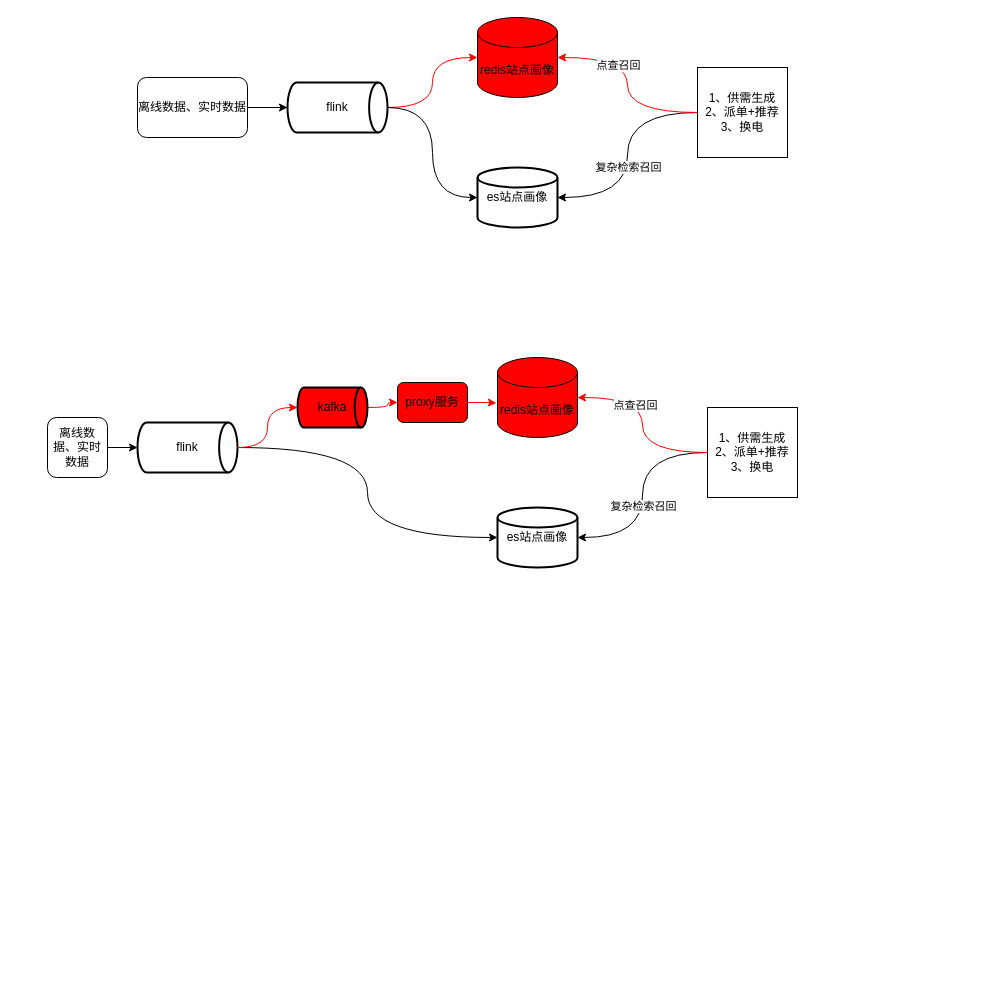
Before: esToredis.drawio in jackie-coming/draw, a draw.io diagram. Source tidied: cells renumbered, new cells numbered last; positions are measured from the earlier drawing's top-left corner, leaving out a move shared by most shapes. Both pictures are drawn from the tidied source at 100%, with x=0, y=0 at pixel (47, 17).
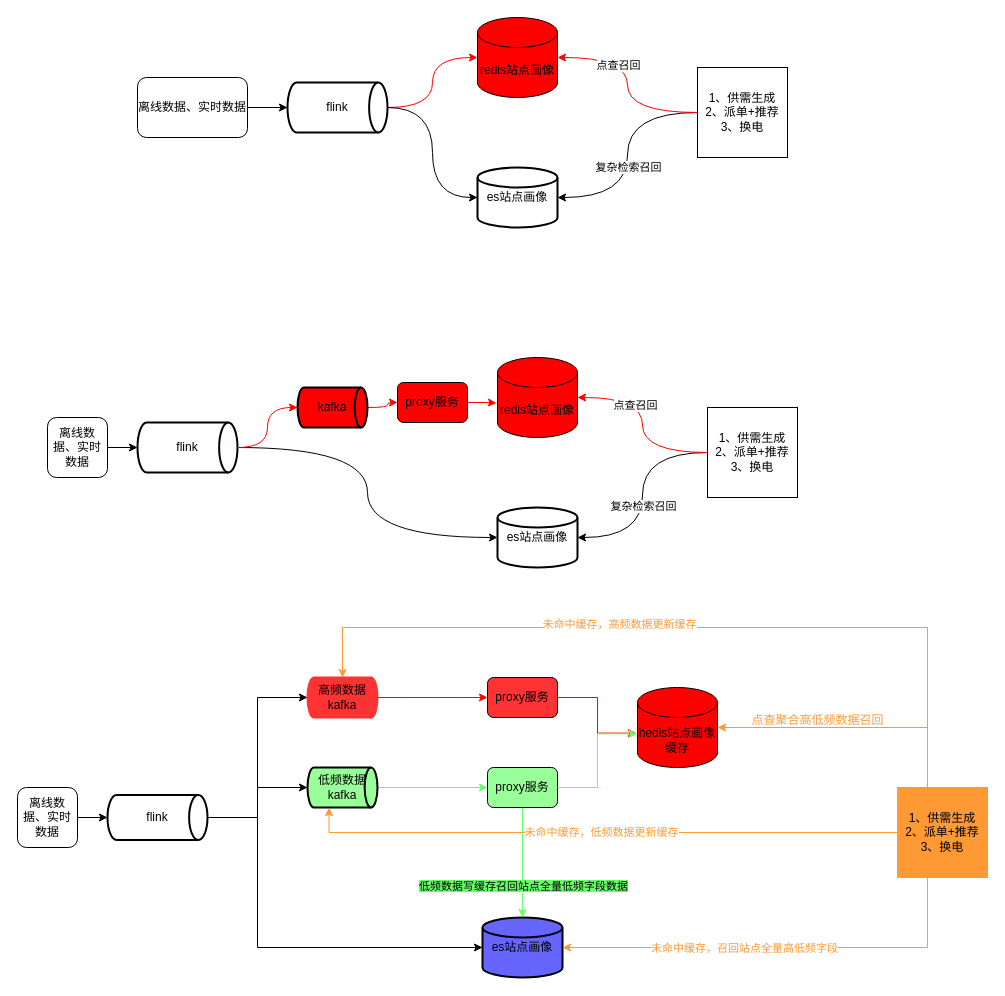
After the change.

The edit, as a diff of the source:
```diff
@@
+    <mxCell id="30" value="离线数据、实时数据" style="rounded=1;whiteSpace=wrap;html=1;" parent="1" vertex="1">
+      <mxGeometry x="-30" y="770" width="60" height="60" as="geometry" />
+    </mxCell>
+    <mxCell id="31" value="hedis站点画像缓存" style="shape=cylinder3;whiteSpace=wrap;html=1;boundedLbl=1;backgroundOutline=1;size=15;fillColor=#FF0000;" parent="1" vertex="1">
+      <mxGeometry x="590" y="670" width="80" height="80" as="geometry" />
+    </mxCell>
+    <mxCell id="32" style="edgeStyle=orthogonalEdgeStyle;rounded=0;jettySize=auto;html=1;entryX=0;entryY=0.5;entryDx=0;entryDy=0;curved=1;strokeColor=#FF0000;" parent="1" edge="1" source="42" target="40">
+      <mxGeometry relative="1" as="geometry" />
+    </mxCell>
+    <mxCell id="33" value="flink" style="strokeWidth=2;html=1;shape=mxgraph.flowchart.direct_data;whiteSpace=wrap;" parent="1" vertex="1">
+      <mxGeometry x="60" y="777.5" width="100" height="45" as="geometry" />
+    </mxCell>
+    <mxCell id="34" value="es站点画像" style="strokeWidth=2;html=1;shape=mxgraph.flowchart.database;whiteSpace=wrap;fillColor=#6666FF;" parent="1" vertex="1">
+      <mxGeometry x="435" y="900" width="80" height="60" as="geometry" />
+    </mxCell>
+    <mxCell id="35" style="edgeStyle=orthogonalEdgeStyle;rounded=0;jettySize=auto;html=1;entryX=0;entryY=0.5;entryDx=0;entryDy=0;entryPerimeter=0;" parent="1" edge="1" source="30" target="33">
+      <mxGeometry relative="1" as="geometry" />
+    </mxCell>
+    <mxCell id="36" style="edgeStyle=orthogonalEdgeStyle;rounded=0;jettySize=auto;html=1;entryX=0.5;entryY=0;entryDx=0;entryDy=0;entryPerimeter=0;strokeColor=#FF9933;" parent="1" edge="1" source="39" target="42">
+      <mxGeometry relative="1" as="geometry">
+        <Array as="points">
+          <mxPoint x="880" y="610" />
+          <mxPoint x="295" y="610" />
+        </Array>
+      </mxGeometry>
+    </mxCell>
+    <mxCell id="37" value="&lt;font color=&quot;#ff9933&quot;&gt;未命中缓存，高频数据更新缓存&lt;/font&gt;" style="edgeLabel;html=1;align=center;verticalAlign=middle;" parent="36" vertex="1">
+      <mxGeometry x="0.18" y="-4" relative="1" as="geometry" />
+    </mxCell>
+    <mxCell id="38" style="edgeStyle=orthogonalEdgeStyle;rounded=0;jettySize=auto;html=1;entryX=1;entryY=0.5;entryDx=0;entryDy=0;entryPerimeter=0;strokeColor=#FF9933;" parent="1" edge="1" source="39" target="31">
+      <mxGeometry relative="1" as="geometry">
+        <Array as="points">
+          <mxPoint x="880" y="710" />
+        </Array>
+      </mxGeometry>
+    </mxCell>
+    <mxCell id="39" value="1、供需生成&lt;br&gt;2、派单+推荐&lt;br&gt;3、换电" style="whiteSpace=wrap;html=1;strokeColor=#FF9933;fillColor=#FF9933;" parent="1" vertex="1">
+      <mxGeometry x="850" y="770" width="90" height="90" as="geometry" />
+    </mxCell>
+    <mxCell id="40" value="proxy服务" style="rounded=1;whiteSpace=wrap;html=1;fillColor=#FF3333;" parent="1" vertex="1">
+      <mxGeometry x="440" y="660" width="70" height="40" as="geometry" />
+    </mxCell>
+    <mxCell id="41" style="edgeStyle=orthogonalEdgeStyle;rounded=0;jettySize=auto;html=1;entryX=-0.014;entryY=0.57;entryDx=0;entryDy=0;entryPerimeter=0;strokeColor=#FF0000;" parent="1" edge="1" source="40" target="31">
+      <mxGeometry relative="1" as="geometry" />
+    </mxCell>
+    <mxCell id="42" value="高频数据kafka" style="strokeWidth=2;html=1;shape=mxgraph.flowchart.direct_data;whiteSpace=wrap;fillColor=#FF3333;strokeColor=#FF3333;" parent="1" vertex="1">
+      <mxGeometry x="260" y="660" width="70" height="40" as="geometry" />
+    </mxCell>
+    <mxCell id="43" style="edgeStyle=orthogonalEdgeStyle;rounded=0;jettySize=auto;html=1;entryX=0;entryY=0.5;entryDx=0;entryDy=0;entryPerimeter=0;" parent="1" edge="1" source="33" target="34">
+      <mxGeometry relative="1" as="geometry">
+        <Array as="points">
+          <mxPoint x="210" y="800" />
+          <mxPoint x="210" y="930" />
+        </Array>
+      </mxGeometry>
+    </mxCell>
+    <mxCell id="44" style="edgeStyle=orthogonalEdgeStyle;rounded=0;jettySize=auto;html=1;entryX=0;entryY=0.5;entryDx=0;entryDy=0;entryPerimeter=0;" parent="1" edge="1" source="33" target="42">
+      <mxGeometry relative="1" as="geometry" />
+    </mxCell>
+    <mxCell id="45" style="edgeStyle=orthogonalEdgeStyle;rounded=0;jettySize=auto;html=1;entryX=0;entryY=0.5;entryDx=0;entryDy=0;strokeColor=#66FF66;" parent="1" edge="1" source="46" target="50">
+      <mxGeometry relative="1" as="geometry" />
+    </mxCell>
+    <mxCell id="46" value="低频数据kafka" style="strokeWidth=2;html=1;shape=mxgraph.flowchart.direct_data;whiteSpace=wrap;fillColor=#99FF99;" parent="1" vertex="1">
+      <mxGeometry x="260" y="750" width="70" height="40" as="geometry" />
+    </mxCell>
+    <mxCell id="47" style="edgeStyle=orthogonalEdgeStyle;rounded=0;jettySize=auto;html=1;entryX=0;entryY=0.5;entryDx=0;entryDy=0;entryPerimeter=0;" parent="1" edge="1" source="33" target="46">
+      <mxGeometry relative="1" as="geometry" />
+    </mxCell>
+    <mxCell id="48" style="edgeStyle=orthogonalEdgeStyle;rounded=0;jettySize=auto;html=1;curved=1;strokeColor=#66FF66;" parent="1" edge="1" source="50" target="34">
+      <mxGeometry relative="1" as="geometry" />
+    </mxCell>
+    <mxCell id="49" value="&lt;font style=&quot;background-color: rgb(102, 255, 102);&quot;&gt;低频数据写缓存召回站点全量低频字段数据&lt;/font&gt;" style="edgeLabel;html=1;align=center;verticalAlign=middle;" parent="48" vertex="1">
+      <mxGeometry x="0.42" relative="1" as="geometry" />
+    </mxCell>
+    <mxCell id="50" value="proxy服务" style="rounded=1;whiteSpace=wrap;html=1;fillColor=#99FF99;" parent="1" vertex="1">
+      <mxGeometry x="440" y="750" width="70" height="40" as="geometry" />
+    </mxCell>
+    <mxCell id="51" style="edgeStyle=orthogonalEdgeStyle;rounded=0;jettySize=auto;html=1;entryX=-0.005;entryY=0.579;entryDx=0;entryDy=0;entryPerimeter=0;strokeColor=#66FF66;" parent="1" edge="1" source="50" target="31">
+      <mxGeometry relative="1" as="geometry" />
+    </mxCell>
+    <mxCell id="52" style="edgeStyle=orthogonalEdgeStyle;rounded=0;jettySize=auto;html=1;entryX=0.307;entryY=1.004;entryDx=0;entryDy=0;entryPerimeter=0;strokeColor=#FF9933;" parent="1" edge="1" source="39" target="46">
+      <mxGeometry relative="1" as="geometry" />
+    </mxCell>
+    <mxCell id="53" value="&lt;font color=&quot;#ff9933&quot; style=&quot;background-color: rgb(255, 255, 255);&quot;&gt;未命中缓存，低频数据更新缓存&lt;/font&gt;" style="edgeLabel;html=1;align=center;verticalAlign=middle;" parent="52" vertex="1">
+      <mxGeometry y="-1" relative="1" as="geometry" />
+    </mxCell>
+    <mxCell id="54" style="edgeStyle=orthogonalEdgeStyle;rounded=0;jettySize=auto;html=1;entryX=1;entryY=0.5;entryDx=0;entryDy=0;entryPerimeter=0;strokeColor=#FF9933;" parent="1" edge="1" target="34">
+      <mxGeometry relative="1" as="geometry">
+        <mxPoint x="880" y="860" as="sourcePoint" />
+        <Array as="points">
+          <mxPoint x="880" y="930" />
+        </Array>
+      </mxGeometry>
+    </mxCell>
+    <mxCell id="55" value="&lt;font color=&quot;#ff9933&quot;&gt;未命中缓存，召回站点全量高低频字段&lt;/font&gt;" style="edgeLabel;html=1;align=center;verticalAlign=middle;" parent="54" vertex="1">
+      <mxGeometry x="-0.03" y="-1" relative="1" as="geometry">
+        <mxPoint x="-43" y="1" as="offset" />
+      </mxGeometry>
+    </mxCell>
+    <mxCell id="56" value="&lt;font color=&quot;#ff9933&quot;&gt;点查聚合高低频数据召回&lt;/font&gt;" style="text;html=1;align=center;verticalAlign=middle;strokeColor=none;fillColor=none;" parent="1" vertex="1">
+      <mxGeometry x="690" y="688" width="160" height="30" as="geometry" />
+    </mxCell>
```
